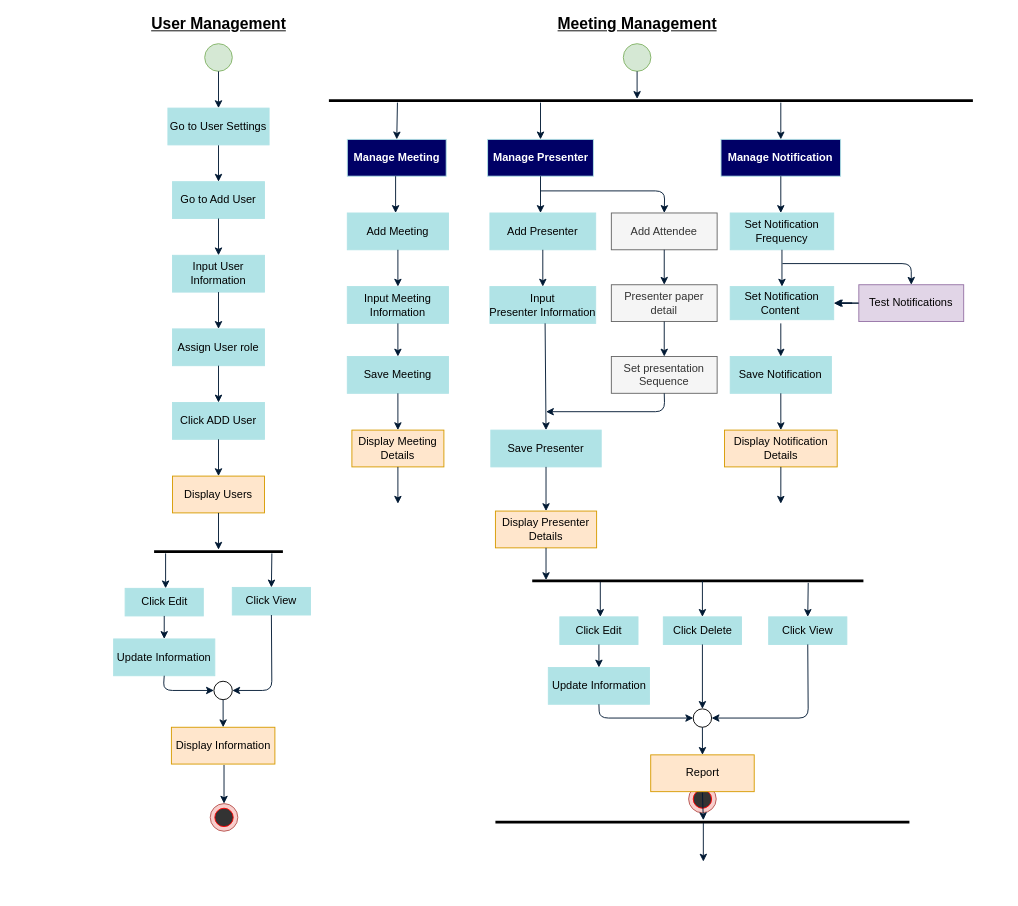
Before: Untitled Diagram.drawio in Afifairin/Diagrams, a draw.io diagram. Source tidied: cells renumbered, new cells numbered last; positions are measured from the earlier drawing's top-left corner, leaving out a move shared by most shapes. Both pictures are drawn from the tidied source at 92%, with x=0, y=0 at pixel (113, 16).
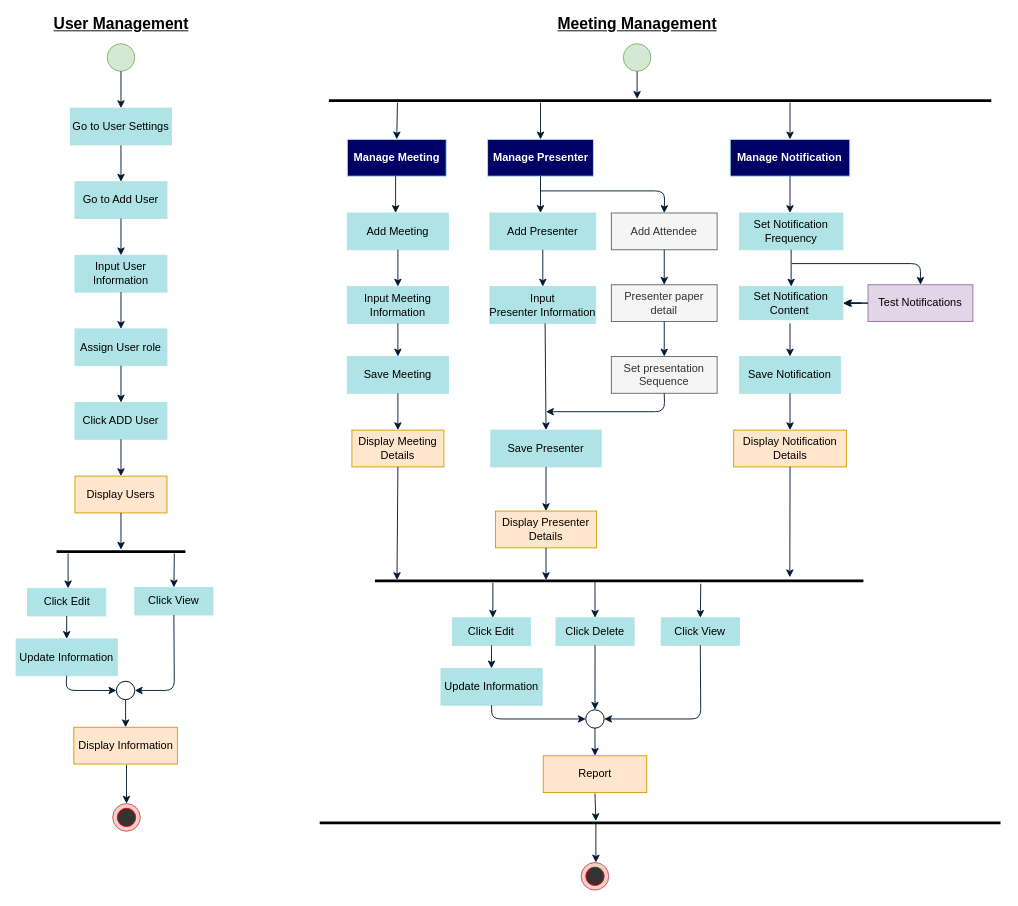
After the change.

The change refers to these unchanged cells:
```xml
<mxCell id="40" value="Display Meeting Details" style="rounded=0;whiteSpace=wrap;html=1;fillColor=#ffe6cc;strokeColor=#d79b00;" parent="1" vertex="1">
  <mxGeometry x="259" y="450" width="100" height="40" as="geometry" />
</mxCell>
```

Diff of the diagram source:
```diff
@@
     <mxCell id="2" style="ellipse;whiteSpace=wrap;html=1;fillColor=#d5e8d4;strokeColor=#82b366;" parent="1" vertex="1">
-      <mxGeometry x="99" y="30" width="30" height="30" as="geometry" />
+      <mxGeometry x="-7" y="30" width="30" height="30" as="geometry" />
     </mxCell>
     <mxCell id="3" value="&lt;b&gt;&lt;font style=&quot;font-size: 17px&quot;&gt;&lt;u&gt;User Management&lt;/u&gt;&lt;/font&gt;&lt;/b&gt;" style="text;html=1;align=center;verticalAlign=middle;" parent="1" vertex="1">
-      <mxGeometry x="34" width="160" height="20" as="geometry" />
+      <mxGeometry x="-72" width="160" height="20" as="geometry" />
     </mxCell>
     <mxCell id="4" style="endArrow=classic;html=1;strokeColor=#001933;exitX=0.5;exitY=1;exitDx=0;exitDy=0;" parent="1" edge="1" source="15">
       <mxGeometry relative="1" as="geometry">
-        <mxPoint x="114" y="180" as="targetPoint" />
+        <mxPoint x="8" y="180" as="targetPoint" />
       </mxGeometry>
     </mxCell>
     <mxCell id="5" value="Go to Add User" style="rounded=0;whiteSpace=wrap;html=1;fillColor=#b0e3e6;strokeColor=#B0E3E6;" parent="1" vertex="1">
-      <mxGeometry x="64" y="180" width="100" height="40" as="geometry" />
+      <mxGeometry x="-42" y="180" width="100" height="40" as="geometry" />
     </mxCell>
     <mxCell id="6" value="Input User Information" style="rounded=0;whiteSpace=wrap;html=1;fillColor=#b0e3e6;strokeColor=#B0E3E6;" parent="1" vertex="1">
-      <mxGeometry x="64" y="260" width="100" height="40" as="geometry" />
+      <mxGeometry x="-42" y="260" width="100" height="40" as="geometry" />
     </mxCell>
@@
     <mxCell id="8" value="Assign User role" style="rounded=0;whiteSpace=wrap;html=1;fillColor=#b0e3e6;strokeColor=#B0E3E6;" parent="1" vertex="1">
-      <mxGeometry x="64" y="340" width="100" height="40" as="geometry" />
+      <mxGeometry x="-42" y="340" width="100" height="40" as="geometry" />
     </mxCell>
     <mxCell id="9" value="&lt;span&gt;Click ADD User&lt;/span&gt;" style="rounded=0;whiteSpace=wrap;html=1;fillColor=#b0e3e6;strokeColor=#B0E3E6;" parent="1" vertex="1">
-      <mxGeometry x="64" y="420" width="100" height="40" as="geometry" />
+      <mxGeometry x="-42" y="420" width="100" height="40" as="geometry" />
     </mxCell>
@@
     <mxCell id="12" value="Display Users" style="rounded=0;whiteSpace=wrap;html=1;fillColor=#ffe6cc;strokeColor=#d79b00;" parent="1" vertex="1">
-      <mxGeometry x="64" y="500" width="100" height="40" as="geometry" />
+      <mxGeometry x="-42" y="500" width="100" height="40" as="geometry" />
     </mxCell>
@@
     <mxCell id="14" style="endArrow=classic;html=1;exitX=0.5;exitY=1;exitDx=0;exitDy=0;entryX=0.5;entryY=0;entryDx=0;entryDy=0;strokeColor=#001933;" parent="1" edge="1" source="12">
       <mxGeometry relative="1" as="geometry">
-        <mxPoint x="114" y="580" as="targetPoint" />
+        <mxPoint x="8" y="580" as="targetPoint" />
       </mxGeometry>
     </mxCell>
     <mxCell id="15" value="Go to User Settings" style="rounded=0;whiteSpace=wrap;html=1;fillColor=#b0e3e6;strokeColor=#B0E3E6;" parent="1" vertex="1">
-      <mxGeometry x="59" y="100" width="110" height="40" as="geometry" />
+      <mxGeometry x="-47" y="100" width="110" height="40" as="geometry" />
     </mxCell>
@@
     <mxCell id="18" style="line;strokeWidth=3;fillColor=none;align=left;verticalAlign=middle;spacingTop=-1;spacingLeft=3;spacingRight=3;labelPosition=right;" parent="1" vertex="1">
-      <mxGeometry x="234" y="88" width="700" height="8" as="geometry" />
+      <mxGeometry x="234" y="88" width="720" height="8" as="geometry" />
     </mxCell>
@@
     <mxCell id="25" value="&lt;font color=&quot;#ffffff&quot;&gt;&lt;b&gt;Manage Notification&lt;/b&gt;&lt;/font&gt;" style="rounded=0;whiteSpace=wrap;html=1;strokeColor=#B0E3E6;fillColor=#000066;" parent="1" vertex="1">
-      <mxGeometry x="660.2" y="134" width="130" height="40" as="geometry" />
+      <mxGeometry x="670.2" y="134" width="130" height="40" as="geometry" />
     </mxCell>
     <mxCell id="26" style="endArrow=classic;html=1;exitX=0.5;exitY=1;exitDx=0;exitDy=0;entryX=0.5;entryY=0;entryDx=0;entryDy=0;strokeColor=#001933;" parent="1" edge="1" target="25">
       <mxGeometry relative="1" as="geometry">
-        <mxPoint x="725.2" y="94" as="sourcePoint" />
+        <mxPoint x="735.2" y="94" as="sourcePoint" />
       </mxGeometry>
     </mxCell>
@@
     <mxCell id="35" style="endArrow=classic;html=1;strokeColor=#001933;exitX=0.5;exitY=1;exitDx=0;exitDy=0;" parent="1" edge="1">
       <mxGeometry relative="1" as="geometry">
-        <mxPoint x="725.2" y="174" as="sourcePoint" />
-        <mxPoint x="725.2" y="214" as="targetPoint" />
+        <mxPoint x="735.2" y="174" as="sourcePoint" />
+        <mxPoint x="735.2" y="214" as="targetPoint" />
       </mxGeometry>
     </mxCell>
     <mxCell id="36" value="Set Notification&lt;br&gt;Frequency" style="rounded=0;whiteSpace=wrap;html=1;fillColor=#b0e3e6;strokeColor=#B0E3E6;" parent="1" vertex="1">
-      <mxGeometry x="670.2" y="214" width="112.5" height="40" as="geometry" />
+      <mxGeometry x="680.2" y="214" width="112.5" height="40" as="geometry" />
     </mxCell>
     <mxCell id="37" value="Set Notification Content&amp;nbsp;" style="rounded=0;whiteSpace=wrap;html=1;fillColor=#b0e3e6;strokeColor=#B0E3E6;" parent="1" vertex="1">
-      <mxGeometry x="670.2" y="294" width="112.5" height="36" as="geometry" />
+      <mxGeometry x="680.2" y="294" width="112.5" height="36" as="geometry" />
     </mxCell>
@@
-    <mxCell id="42" style="endArrow=classic;html=1;exitX=0.5;exitY=1;exitDx=0;exitDy=0;strokeColor=#001933;entryX=0.5;entryY=0;entryDx=0;entryDy=0;" parent="1" edge="1" source="40">
+    <mxCell id="42" style="endArrow=classic;html=1;exitX=0.5;exitY=1;exitDx=0;exitDy=0;strokeColor=#001933;" parent="1" edge="1" source="40">
       <mxGeometry relative="1" as="geometry">
-        <mxPoint x="309" y="530" as="targetPoint" />
+        <mxPoint x="308" y="613" as="targetPoint" />
       </mxGeometry>
     </mxCell>
@@
     <mxCell id="49" value="&lt;span&gt;Save Notification&lt;/span&gt;" style="rounded=0;whiteSpace=wrap;html=1;fillColor=#b0e3e6;strokeColor=#B0E3E6;" parent="1" vertex="1">
-      <mxGeometry x="670.2" y="370" width="110" height="40" as="geometry" />
+      <mxGeometry x="680.2" y="370" width="110" height="40" as="geometry" />
     </mxCell>
     <mxCell id="50" value="Display Notification Details" style="rounded=0;whiteSpace=wrap;html=1;fillColor=#ffe6cc;strokeColor=#d79b00;" parent="1" vertex="1">
-      <mxGeometry x="664" y="450" width="122.5" height="40" as="geometry" />
+      <mxGeometry x="674" y="450" width="122.5" height="40" as="geometry" />
     </mxCell>
@@
-    <mxCell id="52" style="endArrow=classic;html=1;exitX=0.5;exitY=1;exitDx=0;exitDy=0;strokeColor=#001933;entryX=0.5;entryY=0;entryDx=0;entryDy=0;" parent="1" edge="1" source="50">
+    <mxCell id="52" style="endArrow=classic;html=1;exitX=0.5;exitY=1;exitDx=0;exitDy=0;strokeColor=#001933;" parent="1" edge="1" source="50">
       <mxGeometry relative="1" as="geometry">
-        <mxPoint x="725.2" y="530" as="targetPoint" />
+        <mxPoint x="735" y="610" as="targetPoint" />
       </mxGeometry>
     </mxCell>
     <mxCell id="53" style="endArrow=classic;html=1;exitX=0.5;exitY=1;exitDx=0;exitDy=0;entryX=0.5;entryY=0;entryDx=0;entryDy=0;strokeColor=#001933;" parent="1" edge="1" target="49">
       <mxGeometry relative="1" as="geometry">
-        <mxPoint x="725.2" y="334" as="sourcePoint" />
+        <mxPoint x="735.2" y="334" as="sourcePoint" />
       </mxGeometry>
     </mxCell>
     <mxCell id="54" style="ellipse;whiteSpace=wrap;html=1;fillColor=#f8cecc;strokeColor=#b85450;" parent="1" vertex="1">
-      <mxGeometry x="625" y="836" width="30" height="30" as="geometry" />
+      <mxGeometry x="508.2" y="920" width="30" height="30" as="geometry" />
     </mxCell>
     <mxCell id="55" style="ellipse;whiteSpace=wrap;html=1;fillColor=#333333;strokeColor=#FF0000;" parent="1" vertex="1">
-      <mxGeometry x="630" y="841" width="20" height="20" as="geometry" />
+      <mxGeometry x="513.2" y="925" width="20" height="20" as="geometry" />
     </mxCell>
     <mxCell id="56" style="line;strokeWidth=3;fillColor=none;align=left;verticalAlign=middle;spacingTop=-1;spacingLeft=3;spacingRight=3;labelPosition=right;" parent="1" vertex="1">
-      <mxGeometry x="415" y="872" width="450" height="8" as="geometry" />
+      <mxGeometry x="224" y="873" width="740" height="8" as="geometry" />
     </mxCell>
     <mxCell id="57" style="endArrow=classic;html=1;entryX=0.5;entryY=0;entryDx=0;entryDy=0;strokeColor=#001933;" parent="1" edge="1">
       <mxGeometry relative="1" as="geometry">
-        <mxPoint x="641" y="877" as="sourcePoint" />
-        <mxPoint x="641" y="919" as="targetPoint" />
+        <mxPoint x="524.2" y="878" as="sourcePoint" />
+        <mxPoint x="524.2" y="920" as="targetPoint" />
       </mxGeometry>
     </mxCell>
     <mxCell id="58" style="line;strokeWidth=3;fillColor=none;align=left;verticalAlign=middle;spacingTop=-1;spacingLeft=3;spacingRight=3;labelPosition=right;" parent="1" vertex="1">
-      <mxGeometry x="455" y="610" width="360" height="8" as="geometry" />
+      <mxGeometry x="284" y="610" width="531" height="8" as="geometry" />
     </mxCell>
     <mxCell id="59" style="endArrow=classic;html=1;strokeColor=#001933;" parent="1" edge="1">
       <mxGeometry relative="1" as="geometry">
-        <mxPoint x="529" y="615" as="sourcePoint" />
-        <mxPoint x="529" y="653" as="targetPoint" />
+        <mxPoint x="412.2" y="616" as="sourcePoint" />
+        <mxPoint x="412.2" y="654" as="targetPoint" />
       </mxGeometry>
     </mxCell>
     <mxCell id="60" value="&lt;span&gt;Click Edit&lt;/span&gt;" style="rounded=0;whiteSpace=wrap;html=1;fillColor=#b0e3e6;strokeColor=#B0E3E6;" parent="1" vertex="1">
-      <mxGeometry x="485" y="653" width="85" height="30" as="geometry" />
+      <mxGeometry x="368.2" y="654" width="85" height="30" as="geometry" />
     </mxCell>
     <mxCell id="61" value="&lt;span&gt;Click Delete&lt;/span&gt;" style="rounded=0;whiteSpace=wrap;html=1;fillColor=#b0e3e6;strokeColor=#B0E3E6;" parent="1" vertex="1">
-      <mxGeometry x="597.5" y="653" width="85" height="30" as="geometry" />
+      <mxGeometry x="480.8" y="654" width="85" height="30" as="geometry" />
     </mxCell>
     <mxCell id="62" value="&lt;span&gt;Click View&lt;/span&gt;" style="rounded=0;whiteSpace=wrap;html=1;fillColor=#b0e3e6;strokeColor=#B0E3E6;" parent="1" vertex="1">
-      <mxGeometry x="712" y="653" width="85" height="30" as="geometry" />
+      <mxGeometry x="595.2" y="654" width="85" height="30" as="geometry" />
     </mxCell>
     <mxCell id="63" style="endArrow=classic;html=1;strokeColor=#001933;entryX=0.5;entryY=0;entryDx=0;entryDy=0;" parent="1" edge="1" target="61">
       <mxGeometry relative="1" as="geometry">
-        <mxPoint x="640" y="614" as="sourcePoint" />
+        <mxPoint x="523.2" y="615" as="sourcePoint" />
       </mxGeometry>
     </mxCell>
     <mxCell id="64" style="endArrow=classic;html=1;strokeColor=#001933;entryX=0.5;entryY=0;entryDx=0;entryDy=0;" parent="1" edge="1" target="62">
       <mxGeometry relative="1" as="geometry">
-        <mxPoint x="755" y="616" as="sourcePoint" />
+        <mxPoint x="638.2" y="617" as="sourcePoint" />
       </mxGeometry>
     </mxCell>
     <mxCell id="65" value="Update Information" style="rounded=0;whiteSpace=wrap;html=1;fillColor=#b0e3e6;strokeColor=#B0E3E6;" parent="1" vertex="1">
-      <mxGeometry x="472.5" y="708" width="110" height="40" as="geometry" />
+      <mxGeometry x="355.8" y="709" width="110" height="40" as="geometry" />
     </mxCell>
     <mxCell id="66" value="Report" style="rounded=0;whiteSpace=wrap;html=1;fillColor=#ffe6cc;strokeColor=#d79b00;" parent="1" vertex="1">
-      <mxGeometry x="583.8" y="803" width="112.5" height="40" as="geometry" />
+      <mxGeometry x="467" y="804" width="112.5" height="40" as="geometry" />
     </mxCell>
     <mxCell id="67" style="ellipse;whiteSpace=wrap;html=1;strokeColor=#000000;strokeWidth=1;fillColor=none;" parent="1" vertex="1">
-      <mxGeometry x="630" y="753" width="20" height="20" as="geometry" />
+      <mxGeometry x="513.2" y="754" width="20" height="20" as="geometry" />
     </mxCell>
@@
     <mxCell id="70" style="endArrow=classic;html=1;exitX=0.5;exitY=1;exitDx=0;exitDy=0;strokeColor=#001933;entryX=1;entryY=0.5;entryDx=0;entryDy=0;" parent="1" edge="1" source="62" target="67">
       <mxGeometry relative="1" as="geometry">
         <Array as="points">
-          <mxPoint x="755" y="763" />
+          <mxPoint x="638.2" y="764" />
         </Array>
       </mxGeometry>
     </mxCell>
     <mxCell id="71" style="endArrow=classic;html=1;exitX=0.5;exitY=1;exitDx=0;exitDy=0;strokeColor=#001933;entryX=0;entryY=0.5;entryDx=0;entryDy=0;" parent="1" edge="1" source="65" target="67">
       <mxGeometry relative="1" as="geometry">
         <Array as="points">
-          <mxPoint x="528" y="763" />
+          <mxPoint x="411.2" y="764" />
         </Array>
       </mxGeometry>
     </mxCell>
@@
     <mxCell id="73" style="endArrow=classic;html=1;exitX=0.5;exitY=1;exitDx=0;exitDy=0;strokeColor=#001933;" parent="1" edge="1">
       <mxGeometry relative="1" as="geometry">
-        <mxPoint x="640" y="844" as="sourcePoint" />
-        <mxPoint x="641" y="874" as="targetPoint" />
+        <mxPoint x="523.2" y="845" as="sourcePoint" />
+        <mxPoint x="524.2" y="875" as="targetPoint" />
       </mxGeometry>
     </mxCell>
     <mxCell id="74" style="ellipse;whiteSpace=wrap;html=1;fillColor=#f8cecc;strokeColor=#b85450;" parent="1" vertex="1">
-      <mxGeometry x="105" y="856" width="30" height="30" as="geometry" />
+      <mxGeometry x="-1" y="856" width="30" height="30" as="geometry" />
     </mxCell>
     <mxCell id="75" style="ellipse;whiteSpace=wrap;html=1;fillColor=#333333;strokeColor=#FF0000;" parent="1" vertex="1">
-      <mxGeometry x="110" y="861" width="20" height="20" as="geometry" />
+      <mxGeometry x="4" y="861" width="20" height="20" as="geometry" />
     </mxCell>
     <mxCell id="76" style="endArrow=classic;html=1;entryX=0.5;entryY=0;entryDx=0;entryDy=0;strokeColor=#001933;" parent="1" edge="1" target="74">
       <mxGeometry relative="1" as="geometry">
-        <mxPoint x="120" y="814" as="sourcePoint" />
+        <mxPoint x="14" y="814" as="sourcePoint" />
       </mxGeometry>
     </mxCell>
     <mxCell id="77" style="line;strokeWidth=3;fillColor=none;align=left;verticalAlign=middle;spacingTop=-1;spacingLeft=3;spacingRight=3;labelPosition=right;" parent="1" vertex="1">
-      <mxGeometry x="44" y="578" width="140" height="8" as="geometry" />
+      <mxGeometry x="-62" y="578" width="140" height="8" as="geometry" />
     </mxCell>
     <mxCell id="78" style="endArrow=classic;html=1;strokeColor=#001933;" parent="1" edge="1">
       <mxGeometry relative="1" as="geometry">
-        <mxPoint x="56.5" y="584" as="sourcePoint" />
-        <mxPoint x="56.5" y="622" as="targetPoint" />
+        <mxPoint x="-49.5" y="584" as="sourcePoint" />
+        <mxPoint x="-49.5" y="622" as="targetPoint" />
       </mxGeometry>
     </mxCell>
     <mxCell id="79" value="&lt;span&gt;Click Edit&lt;/span&gt;" style="rounded=0;whiteSpace=wrap;html=1;fillColor=#b0e3e6;strokeColor=#B0E3E6;" parent="1" vertex="1">
-      <mxGeometry x="12.5" y="622" width="85" height="30" as="geometry" />
+      <mxGeometry x="-93.5" y="622" width="85" height="30" as="geometry" />
     </mxCell>
     <mxCell id="80" value="&lt;span&gt;Click View&lt;/span&gt;" style="rounded=0;whiteSpace=wrap;html=1;fillColor=#b0e3e6;strokeColor=#B0E3E6;" parent="1" vertex="1">
-      <mxGeometry x="129" y="621" width="85" height="30" as="geometry" />
+      <mxGeometry x="23" y="621" width="85" height="30" as="geometry" />
     </mxCell>
     <mxCell id="81" style="endArrow=classic;html=1;strokeColor=#001933;entryX=0.5;entryY=0;entryDx=0;entryDy=0;" parent="1" edge="1" target="80">
       <mxGeometry relative="1" as="geometry">
-        <mxPoint x="172" y="584" as="sourcePoint" />
+        <mxPoint x="66" y="584" as="sourcePoint" />
       </mxGeometry>
     </mxCell>
     <mxCell id="82" value="Update Information" style="rounded=0;whiteSpace=wrap;html=1;fillColor=#b0e3e6;strokeColor=#B0E3E6;" parent="1" vertex="1">
-      <mxGeometry y="677" width="110" height="40" as="geometry" />
+      <mxGeometry x="-106" y="677" width="110" height="40" as="geometry" />
     </mxCell>
     <mxCell id="83" value="Display Information" style="rounded=0;whiteSpace=wrap;html=1;fillColor=#ffe6cc;strokeColor=#d79b00;" parent="1" vertex="1">
-      <mxGeometry x="62.8" y="773" width="112.5" height="40" as="geometry" />
+      <mxGeometry x="-43.2" y="773" width="112.5" height="40" as="geometry" />
     </mxCell>
     <mxCell id="84" style="ellipse;whiteSpace=wrap;html=1;strokeColor=#000000;strokeWidth=1;fillColor=none;" parent="1" vertex="1">
-      <mxGeometry x="109" y="723" width="20" height="20" as="geometry" />
+      <mxGeometry x="3" y="723" width="20" height="20" as="geometry" />
     </mxCell>
@@
     <mxCell id="86" style="endArrow=classic;html=1;exitX=0.5;exitY=1;exitDx=0;exitDy=0;strokeColor=#001933;entryX=1;entryY=0.5;entryDx=0;entryDy=0;" parent="1" edge="1" source="80" target="84">
       <mxGeometry relative="1" as="geometry">
         <Array as="points">
-          <mxPoint x="172" y="733" />
+          <mxPoint x="66" y="733" />
         </Array>
       </mxGeometry>
     </mxCell>
     <mxCell id="87" style="endArrow=classic;html=1;exitX=0.5;exitY=1;exitDx=0;exitDy=0;strokeColor=#001933;entryX=0;entryY=0.5;entryDx=0;entryDy=0;" parent="1" edge="1" source="82" target="84">
       <mxGeometry relative="1" as="geometry">
         <Array as="points">
-          <mxPoint x="54" y="733" />
+          <mxPoint x="-52" y="733" />
         </Array>
       </mxGeometry>
     </mxCell>
@@
     <mxCell id="93" value="Test Notifications" style="rounded=0;whiteSpace=wrap;html=1;fillColor=#e1d5e7;strokeColor=#9673a6;" parent="1" vertex="1">
-      <mxGeometry x="810" y="292" width="114" height="40" as="geometry" />
+      <mxGeometry x="820" y="292" width="114" height="40" as="geometry" />
     </mxCell>
@@
     <mxCell id="98" style="endArrow=classic;html=1;strokeColor=#001933;entryX=0.5;entryY=0;entryDx=0;entryDy=0;" parent="1" edge="1" target="93">
       <mxGeometry relative="1" as="geometry">
-        <mxPoint x="727" y="269" as="sourcePoint" />
+        <mxPoint x="737" y="269" as="sourcePoint" />
         <Array as="points">
-          <mxPoint x="867" y="269" />
+          <mxPoint x="877" y="269" />
         </Array>
       </mxGeometry>
     </mxCell>
     <mxCell id="99" style="endArrow=classic;html=1;strokeColor=#001933;exitX=0;exitY=0.5;exitDx=0;exitDy=0;" parent="1" edge="1" source="93">
       <mxGeometry relative="1" as="geometry">
-        <mxPoint x="784" y="312" as="targetPoint" />
+        <mxPoint x="794" y="312" as="targetPoint" />
       </mxGeometry>
     </mxCell>
```
